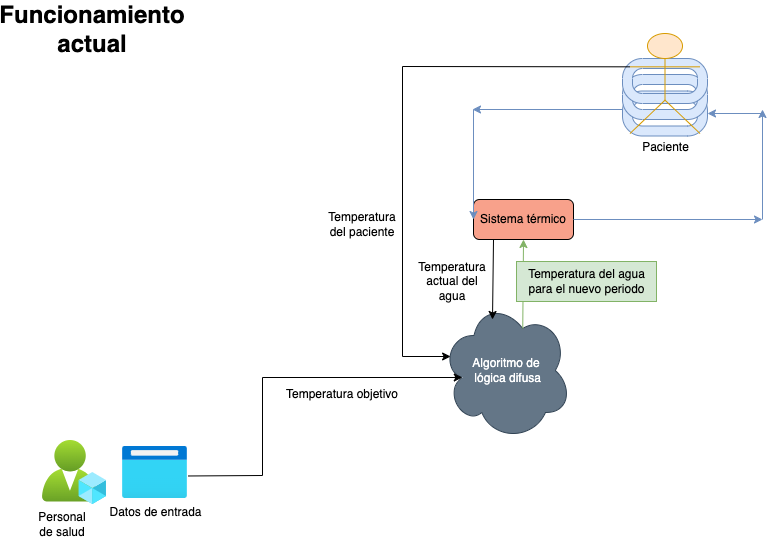
Earlier version of the draw.io export Figuras/amrra-diagrama1.png (ezequielfernandez/Plantilla-planificacion). Source tidied: cells renumbered, new cells last; positions are measured from the earlier drawing's top-left corner, leaving out a move shared by most shapes. The source it was exported from:
```xml
<mxGraphModel>
  <root>
    <mxCell id="0" />
    <mxCell id="1" parent="0" />
    <mxCell id="2" value="Algoritmo de&lt;div&gt;&amp;nbsp;lógica difusa&lt;/div&gt;" style="ellipse;shape=cloud;whiteSpace=wrap;html=1;fillColor=#647687;fontColor=#ffffff;strokeColor=#314354;" parent="1" vertex="1">
      <mxGeometry x="429" y="291" width="130" height="140" as="geometry" />
    </mxCell>
    <mxCell id="3" style="endArrow=classic;html=1;rounded=0;exitX=0.625;exitY=0.2;exitDx=0;exitDy=0;exitPerimeter=0;entryX=0.5;entryY=1;entryDx=0;entryDy=0;fontColor=#FFFFFF;strokeColor=#82b366;fillColor=#d5e8d4;" parent="1" edge="1" source="2" target="5">
      <mxGeometry relative="1" as="geometry" />
    </mxCell>
    <mxCell id="4" value="Temperatura del agua&lt;div&gt;para el nuevo periodo&lt;/div&gt;" style="text;html=1;align=center;verticalAlign=middle;fillColor=#d5e8d4;strokeColor=#82b366;" parent="1" vertex="1">
      <mxGeometry x="504" y="252" width="140" height="40" as="geometry" />
    </mxCell>
    <mxCell id="5" value="Sistema térmico" style="rounded=1;whiteSpace=wrap;html=1;fillColor=#F8A18B;" parent="1" vertex="1">
      <mxGeometry x="461" y="190" width="100" height="40" as="geometry" />
    </mxCell>
    <mxCell id="6" style="endArrow=classic;html=1;rounded=0;exitX=1;exitY=0.5;exitDx=0;exitDy=0;fillColor=#dae8fc;strokeColor=#6c8ebf;" parent="1" edge="1" source="5">
      <mxGeometry relative="1" as="geometry">
        <mxPoint x="750" y="210" as="targetPoint" />
      </mxGeometry>
    </mxCell>
    <mxCell id="7" style="endArrow=classic;html=1;rounded=0;fillColor=#dae8fc;strokeColor=#6c8ebf;" parent="1" edge="1">
      <mxGeometry relative="1" as="geometry">
        <mxPoint x="750" y="210" as="sourcePoint" />
        <mxPoint x="750" y="100" as="targetPoint" />
      </mxGeometry>
    </mxCell>
    <mxCell id="8" style="verticalLabelPosition=bottom;verticalAlign=top;html=1;shape=mxgraph.basic.rounded_frame;dx=10;whiteSpace=wrap;fillColor=#dae8fc;strokeColor=#6c8ebf;" parent="1" vertex="1">
      <mxGeometry x="610" y="81.5" width="85" height="45" as="geometry" />
    </mxCell>
    <mxCell id="9" style="verticalLabelPosition=bottom;verticalAlign=top;html=1;shape=mxgraph.basic.rounded_frame;dx=10;whiteSpace=wrap;fillColor=#dae8fc;strokeColor=#6c8ebf;" parent="1" vertex="1">
      <mxGeometry x="610" y="65" width="85" height="45" as="geometry" />
    </mxCell>
    <mxCell id="10" style="verticalLabelPosition=bottom;verticalAlign=top;html=1;shape=mxgraph.basic.rounded_frame;dx=10;whiteSpace=wrap;fillColor=#dae8fc;strokeColor=#6c8ebf;" parent="1" vertex="1">
      <mxGeometry x="610" y="49" width="85" height="45" as="geometry" />
    </mxCell>
    <mxCell id="11" value="Paciente" style="shape=umlActor;verticalLabelPosition=bottom;verticalAlign=top;html=1;outlineConnect=0;fillColor=#ffe6cc;strokeColor=#d79b00;" parent="1" vertex="1">
      <mxGeometry x="617.5" y="24" width="70" height="100" as="geometry" />
    </mxCell>
    <mxCell id="12" style="endArrow=classic;html=1;rounded=0;entryX=1;entryY=0.5;entryDx=0;entryDy=0;entryPerimeter=0;fillColor=#dae8fc;strokeColor=#6c8ebf;" parent="1" edge="1" target="8">
      <mxGeometry relative="1" as="geometry">
        <mxPoint x="750" y="104" as="sourcePoint" />
      </mxGeometry>
    </mxCell>
    <mxCell id="13" style="endArrow=classic;html=1;rounded=0;entryX=0;entryY=0.5;entryDx=0;entryDy=0;fillColor=#dae8fc;strokeColor=#6c8ebf;" parent="1" edge="1" target="5">
      <mxGeometry relative="1" as="geometry">
        <mxPoint x="461" y="100" as="sourcePoint" />
      </mxGeometry>
    </mxCell>
    <mxCell id="14" style="endArrow=classic;html=1;rounded=0;fillColor=#dae8fc;strokeColor=#6c8ebf;" parent="1" edge="1">
      <mxGeometry relative="1" as="geometry">
        <mxPoint x="610" y="100" as="sourcePoint" />
        <mxPoint x="460" y="100" as="targetPoint" />
      </mxGeometry>
    </mxCell>
    <mxCell id="15" style="image;html=1;align=center;fontSize=12;image=img/lib/azure2/intune/Azure_AD_Roles_and_Administrators.svg;" parent="1" vertex="1">
      <mxGeometry x="30" y="431" width="64" height="64" as="geometry" />
    </mxCell>
    <mxCell id="16" value="Datos de entrada" style="image;html=1;points=[];align=center;fontSize=12;image=img/lib/azure2/general/Browser.svg;" parent="1" vertex="1">
      <mxGeometry x="110" y="437" width="65" height="52" as="geometry" />
    </mxCell>
    <mxCell id="17" value="Personal de salud" style="text;html=1;align=center;verticalAlign=middle;whiteSpace=wrap;rounded=0;" parent="1" vertex="1">
      <mxGeometry x="20" y="500" width="60" height="30" as="geometry" />
    </mxCell>
    <mxCell id="18" style="endArrow=classic;html=1;rounded=0;exitX=1.015;exitY=0.567;exitDx=0;exitDy=0;exitPerimeter=0;entryX=0.16;entryY=0.55;entryDx=0;entryDy=0;entryPerimeter=0;" parent="1" edge="1" source="16" target="2">
      <mxGeometry relative="1" as="geometry">
        <Array as="points">
          <mxPoint x="250" y="466" />
          <mxPoint x="250" y="368" />
        </Array>
      </mxGeometry>
    </mxCell>
    <mxCell id="19" value="Temperatura objetivo" style="text;html=1;align=center;verticalAlign=middle;whiteSpace=wrap;rounded=0;" parent="1" vertex="1">
      <mxGeometry x="270" y="370" width="120" height="30" as="geometry" />
    </mxCell>
    <mxCell id="20" style="endArrow=classic;html=1;rounded=0;" parent="1" edge="1">
      <mxGeometry relative="1" as="geometry">
        <mxPoint x="481" y="230" as="sourcePoint" />
        <mxPoint x="480" y="310" as="targetPoint" />
      </mxGeometry>
    </mxCell>
    <mxCell id="21" value="Temperatura actual del agua" style="text;html=1;align=center;verticalAlign=middle;whiteSpace=wrap;rounded=0;" parent="1" vertex="1">
      <mxGeometry x="410" y="257" width="60" height="30" as="geometry" />
    </mxCell>
    <mxCell id="22" style="endArrow=classic;html=1;rounded=0;exitX=0;exitY=0.3333333333333333;exitDx=0;exitDy=0;exitPerimeter=0;entryX=0.07;entryY=0.4;entryDx=0;entryDy=0;entryPerimeter=0;" parent="1" edge="1" source="11" target="2">
      <mxGeometry relative="1" as="geometry">
        <Array as="points">
          <mxPoint x="390" y="57" />
          <mxPoint x="390" y="347" />
        </Array>
      </mxGeometry>
    </mxCell>
    <mxCell id="23" value="Temperatura&lt;div&gt;del paciente&lt;/div&gt;" style="text;html=1;align=center;verticalAlign=middle;whiteSpace=wrap;rounded=0;" parent="1" vertex="1">
      <mxGeometry x="320" y="200" width="60" height="30" as="geometry" />
    </mxCell>
    <mxCell id="24" value="&lt;b&gt;&lt;font style=&quot;font-size: 24px;&quot;&gt;Funcionamiento actual&lt;/font&gt;&lt;/b&gt;" style="text;html=1;align=center;verticalAlign=middle;whiteSpace=wrap;rounded=0;" parent="1" vertex="1">
      <mxGeometry width="160" height="40" as="geometry" />
    </mxCell>
  </root>
</mxGraphModel>
```
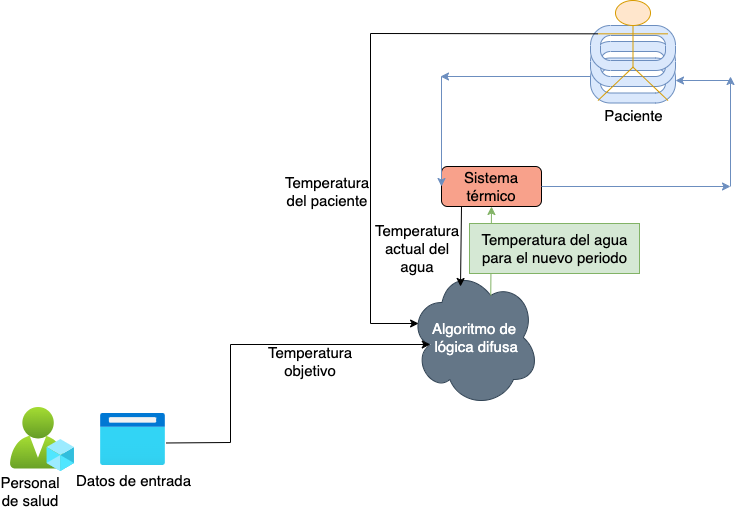
After the change.

What changed in the source:
```diff
@@ -2,67 +2,67 @@
   <root>
     <mxCell id="0" />
     <mxCell id="1" parent="0" />
-    <mxCell id="2" value="Algoritmo de&lt;div&gt;&amp;nbsp;lógica difusa&lt;/div&gt;" style="ellipse;shape=cloud;whiteSpace=wrap;html=1;fillColor=#647687;fontColor=#ffffff;strokeColor=#314354;" parent="1" vertex="1">
+    <mxCell id="2" value="Algoritmo de&lt;div style=&quot;font-size: 15px;&quot;&gt;&amp;nbsp;lógica difusa&lt;/div&gt;" style="ellipse;shape=cloud;whiteSpace=wrap;html=1;fillColor=#647687;fontColor=#ffffff;strokeColor=#314354;fontSize=15;" parent="1" vertex="1">
       <mxGeometry x="429" y="291" width="130" height="140" as="geometry" />
     </mxCell>
-    <mxCell id="3" style="endArrow=classic;html=1;rounded=0;exitX=0.625;exitY=0.2;exitDx=0;exitDy=0;exitPerimeter=0;entryX=0.5;entryY=1;entryDx=0;entryDy=0;fontColor=#FFFFFF;strokeColor=#82b366;fillColor=#d5e8d4;" parent="1" edge="1" source="2" target="5">
+    <mxCell id="3" style="endArrow=classic;html=1;rounded=0;exitX=0.625;exitY=0.2;exitDx=0;exitDy=0;exitPerimeter=0;entryX=0.5;entryY=1;entryDx=0;entryDy=0;fontColor=#FFFFFF;strokeColor=#82b366;fillColor=#d5e8d4;fontSize=15;" parent="1" edge="1" source="2" target="5">
       <mxGeometry relative="1" as="geometry" />
     </mxCell>
-    <mxCell id="4" value="Temperatura del agua&lt;div&gt;para el nuevo periodo&lt;/div&gt;" style="text;html=1;align=center;verticalAlign=middle;fillColor=#d5e8d4;strokeColor=#82b366;" parent="1" vertex="1">
-      <mxGeometry x="504" y="252" width="140" height="40" as="geometry" />
+    <mxCell id="4" value="Temperatura del agua&lt;div style=&quot;font-size: 15px;&quot;&gt;para el nuevo periodo&lt;/div&gt;" style="text;html=1;align=center;verticalAlign=middle;fillColor=#d5e8d4;strokeColor=#82b366;fontSize=15;" parent="1" vertex="1">
+      <mxGeometry x="489" y="247" width="170" height="50" as="geometry" />
     </mxCell>
-    <mxCell id="5" value="Sistema térmico" style="rounded=1;whiteSpace=wrap;html=1;fillColor=#F8A18B;" parent="1" vertex="1">
+    <mxCell id="5" value="Sistema térmico" style="rounded=1;whiteSpace=wrap;html=1;fillColor=#F8A18B;fontSize=15;" parent="1" vertex="1">
       <mxGeometry x="461" y="190" width="100" height="40" as="geometry" />
     </mxCell>
-    <mxCell id="6" style="endArrow=classic;html=1;rounded=0;exitX=1;exitY=0.5;exitDx=0;exitDy=0;fillColor=#dae8fc;strokeColor=#6c8ebf;" parent="1" edge="1" source="5">
+    <mxCell id="6" style="endArrow=classic;html=1;rounded=0;exitX=1;exitY=0.5;exitDx=0;exitDy=0;fillColor=#dae8fc;strokeColor=#6c8ebf;fontSize=15;" parent="1" edge="1" source="5">
       <mxGeometry relative="1" as="geometry">
         <mxPoint x="750" y="210" as="targetPoint" />
       </mxGeometry>
     </mxCell>
-    <mxCell id="7" style="endArrow=classic;html=1;rounded=0;fillColor=#dae8fc;strokeColor=#6c8ebf;" parent="1" edge="1">
+    <mxCell id="7" style="endArrow=classic;html=1;rounded=0;fillColor=#dae8fc;strokeColor=#6c8ebf;fontSize=15;" parent="1" edge="1">
       <mxGeometry relative="1" as="geometry">
         <mxPoint x="750" y="210" as="sourcePoint" />
         <mxPoint x="750" y="100" as="targetPoint" />
       </mxGeometry>
     </mxCell>
-    <mxCell id="8" style="verticalLabelPosition=bottom;verticalAlign=top;html=1;shape=mxgraph.basic.rounded_frame;dx=10;whiteSpace=wrap;fillColor=#dae8fc;strokeColor=#6c8ebf;" parent="1" vertex="1">
+    <mxCell id="8" style="verticalLabelPosition=bottom;verticalAlign=top;html=1;shape=mxgraph.basic.rounded_frame;dx=10;whiteSpace=wrap;fillColor=#dae8fc;strokeColor=#6c8ebf;fontSize=15;" parent="1" vertex="1">
       <mxGeometry x="610" y="81.5" width="85" height="45" as="geometry" />
     </mxCell>
-    <mxCell id="9" style="verticalLabelPosition=bottom;verticalAlign=top;html=1;shape=mxgraph.basic.rounded_frame;dx=10;whiteSpace=wrap;fillColor=#dae8fc;strokeColor=#6c8ebf;" parent="1" vertex="1">
+    <mxCell id="9" style="verticalLabelPosition=bottom;verticalAlign=top;html=1;shape=mxgraph.basic.rounded_frame;dx=10;whiteSpace=wrap;fillColor=#dae8fc;strokeColor=#6c8ebf;fontSize=15;" parent="1" vertex="1">
       <mxGeometry x="610" y="65" width="85" height="45" as="geometry" />
     </mxCell>
-    <mxCell id="10" style="verticalLabelPosition=bottom;verticalAlign=top;html=1;shape=mxgraph.basic.rounded_frame;dx=10;whiteSpace=wrap;fillColor=#dae8fc;strokeColor=#6c8ebf;" parent="1" vertex="1">
+    <mxCell id="10" style="verticalLabelPosition=bottom;verticalAlign=top;html=1;shape=mxgraph.basic.rounded_frame;dx=10;whiteSpace=wrap;fillColor=#dae8fc;strokeColor=#6c8ebf;fontSize=15;" parent="1" vertex="1">
       <mxGeometry x="610" y="49" width="85" height="45" as="geometry" />
     </mxCell>
-    <mxCell id="11" value="Paciente" style="shape=umlActor;verticalLabelPosition=bottom;verticalAlign=top;html=1;outlineConnect=0;fillColor=#ffe6cc;strokeColor=#d79b00;" parent="1" vertex="1">
+    <mxCell id="11" value="Paciente" style="shape=umlActor;verticalLabelPosition=bottom;verticalAlign=top;html=1;outlineConnect=0;fillColor=#ffe6cc;strokeColor=#d79b00;fontSize=15;" parent="1" vertex="1">
       <mxGeometry x="617.5" y="24" width="70" height="100" as="geometry" />
     </mxCell>
-    <mxCell id="12" style="endArrow=classic;html=1;rounded=0;entryX=1;entryY=0.5;entryDx=0;entryDy=0;entryPerimeter=0;fillColor=#dae8fc;strokeColor=#6c8ebf;" parent="1" edge="1" target="8">
+    <mxCell id="12" style="endArrow=classic;html=1;rounded=0;entryX=1;entryY=0.5;entryDx=0;entryDy=0;entryPerimeter=0;fillColor=#dae8fc;strokeColor=#6c8ebf;fontSize=15;" parent="1" edge="1" target="8">
       <mxGeometry relative="1" as="geometry">
         <mxPoint x="750" y="104" as="sourcePoint" />
       </mxGeometry>
     </mxCell>
-    <mxCell id="13" style="endArrow=classic;html=1;rounded=0;entryX=0;entryY=0.5;entryDx=0;entryDy=0;fillColor=#dae8fc;strokeColor=#6c8ebf;" parent="1" edge="1" target="5">
+    <mxCell id="13" style="endArrow=classic;html=1;rounded=0;entryX=0;entryY=0.5;entryDx=0;entryDy=0;fillColor=#dae8fc;strokeColor=#6c8ebf;fontSize=15;" parent="1" edge="1" target="5">
       <mxGeometry relative="1" as="geometry">
         <mxPoint x="461" y="100" as="sourcePoint" />
       </mxGeometry>
     </mxCell>
-    <mxCell id="14" style="endArrow=classic;html=1;rounded=0;fillColor=#dae8fc;strokeColor=#6c8ebf;" parent="1" edge="1">
+    <mxCell id="14" style="endArrow=classic;html=1;rounded=0;fillColor=#dae8fc;strokeColor=#6c8ebf;fontSize=15;" parent="1" edge="1">
       <mxGeometry relative="1" as="geometry">
         <mxPoint x="610" y="100" as="sourcePoint" />
         <mxPoint x="460" y="100" as="targetPoint" />
       </mxGeometry>
     </mxCell>
-    <mxCell id="15" style="image;html=1;align=center;fontSize=12;image=img/lib/azure2/intune/Azure_AD_Roles_and_Administrators.svg;" parent="1" vertex="1">
+    <mxCell id="15" style="image;html=1;align=center;fontSize=15;image=img/lib/azure2/intune/Azure_AD_Roles_and_Administrators.svg;" parent="1" vertex="1">
       <mxGeometry x="30" y="431" width="64" height="64" as="geometry" />
     </mxCell>
-    <mxCell id="16" value="Datos de entrada" style="image;html=1;points=[];align=center;fontSize=12;image=img/lib/azure2/general/Browser.svg;" parent="1" vertex="1">
-      <mxGeometry x="110" y="437" width="65" height="52" as="geometry" />
+    <mxCell id="16" value="Datos de entrada" style="image;html=1;points=[];align=center;fontSize=15;image=img/lib/azure2/general/Browser.svg;" parent="1" vertex="1">
+      <mxGeometry x="120" y="437" width="65" height="52" as="geometry" />
     </mxCell>
-    <mxCell id="17" value="Personal de salud" style="text;html=1;align=center;verticalAlign=middle;whiteSpace=wrap;rounded=0;" parent="1" vertex="1">
+    <mxCell id="17" value="Personal de salud" style="text;html=1;align=center;verticalAlign=middle;whiteSpace=wrap;rounded=0;fontSize=15;" parent="1" vertex="1">
       <mxGeometry x="20" y="500" width="60" height="30" as="geometry" />
     </mxCell>
-    <mxCell id="18" style="endArrow=classic;html=1;rounded=0;exitX=1.015;exitY=0.567;exitDx=0;exitDy=0;exitPerimeter=0;entryX=0.16;entryY=0.55;entryDx=0;entryDy=0;entryPerimeter=0;" parent="1" edge="1" source="16" target="2">
+    <mxCell id="18" style="endArrow=classic;html=1;rounded=0;exitX=1.015;exitY=0.567;exitDx=0;exitDy=0;exitPerimeter=0;entryX=0.16;entryY=0.55;entryDx=0;entryDy=0;entryPerimeter=0;fontSize=15;" parent="1" edge="1" source="16" target="2">
       <mxGeometry relative="1" as="geometry">
         <Array as="points">
           <mxPoint x="250" y="466" />
@@ -70,19 +70,19 @@
         </Array>
       </mxGeometry>
     </mxCell>
-    <mxCell id="19" value="Temperatura objetivo" style="text;html=1;align=center;verticalAlign=middle;whiteSpace=wrap;rounded=0;" parent="1" vertex="1">
+    <mxCell id="19" value="Temperatura objetivo" style="text;html=1;align=center;verticalAlign=middle;whiteSpace=wrap;rounded=0;fontSize=15;" parent="1" vertex="1">
       <mxGeometry x="270" y="370" width="120" height="30" as="geometry" />
     </mxCell>
-    <mxCell id="20" style="endArrow=classic;html=1;rounded=0;" parent="1" edge="1">
+    <mxCell id="20" style="endArrow=classic;html=1;rounded=0;fontSize=15;" parent="1" edge="1">
       <mxGeometry relative="1" as="geometry">
         <mxPoint x="481" y="230" as="sourcePoint" />
         <mxPoint x="480" y="310" as="targetPoint" />
       </mxGeometry>
     </mxCell>
-    <mxCell id="21" value="Temperatura actual del agua" style="text;html=1;align=center;verticalAlign=middle;whiteSpace=wrap;rounded=0;" parent="1" vertex="1">
-      <mxGeometry x="410" y="257" width="60" height="30" as="geometry" />
+    <mxCell id="21" value="Temperatura actual del agua" style="text;html=1;align=center;verticalAlign=middle;whiteSpace=wrap;rounded=0;fontSize=15;" parent="1" vertex="1">
+      <mxGeometry x="407" y="257" width="60" height="30" as="geometry" />
     </mxCell>
-    <mxCell id="22" style="endArrow=classic;html=1;rounded=0;exitX=0;exitY=0.3333333333333333;exitDx=0;exitDy=0;exitPerimeter=0;entryX=0.07;entryY=0.4;entryDx=0;entryDy=0;entryPerimeter=0;" parent="1" edge="1" source="11" target="2">
+    <mxCell id="22" style="endArrow=classic;html=1;rounded=0;exitX=0;exitY=0.3333333333333333;exitDx=0;exitDy=0;exitPerimeter=0;entryX=0.07;entryY=0.4;entryDx=0;entryDy=0;entryPerimeter=0;fontSize=15;" parent="1" edge="1" source="11" target="2">
       <mxGeometry relative="1" as="geometry">
         <Array as="points">
           <mxPoint x="390" y="57" />
@@ -90,11 +90,8 @@
         </Array>
       </mxGeometry>
     </mxCell>
-    <mxCell id="23" value="Temperatura&lt;div&gt;del paciente&lt;/div&gt;" style="text;html=1;align=center;verticalAlign=middle;whiteSpace=wrap;rounded=0;" parent="1" vertex="1">
-      <mxGeometry x="320" y="200" width="60" height="30" as="geometry" />
+    <mxCell id="23" value="Temperatura&lt;div style=&quot;font-size: 15px;&quot;&gt;del paciente&lt;/div&gt;" style="text;html=1;align=center;verticalAlign=middle;whiteSpace=wrap;rounded=0;fontSize=15;" parent="1" vertex="1">
+      <mxGeometry x="317" y="200" width="60" height="30" as="geometry" />
     </mxCell>
-    <mxCell id="24" value="&lt;b&gt;&lt;font style=&quot;font-size: 24px;&quot;&gt;Funcionamiento actual&lt;/font&gt;&lt;/b&gt;" style="text;html=1;align=center;verticalAlign=middle;whiteSpace=wrap;rounded=0;" parent="1" vertex="1">
-      <mxGeometry width="160" height="40" as="geometry" />
-    </mxCell>
   </root>
 </mxGraphModel>
```
